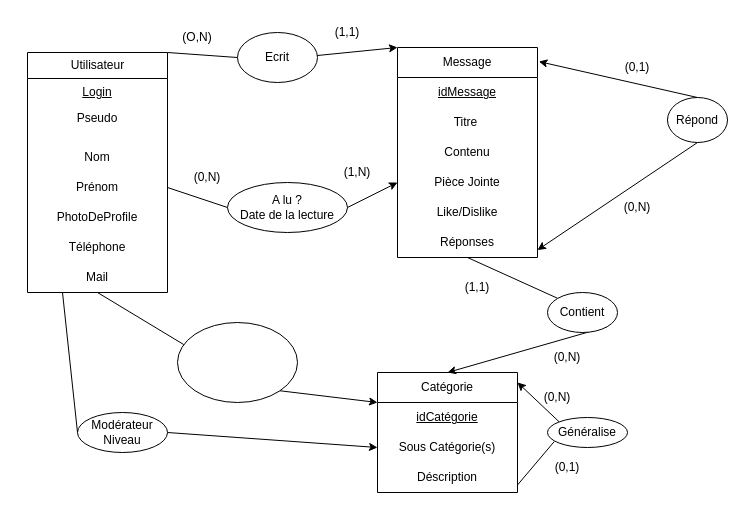
shadowforce78/UVSQ keeps this draw.io diagram as Drawio/Exo2bd.dio. Above is the earlier version. Source tidied: cells renumbered, new cells numbered last; positions are measured from the earlier drawing's top-left corner, leaving out a move shared by most shapes. Both pictures are drawn from the tidied source at 100%, with x=0, y=0 at pixel (27, 17).
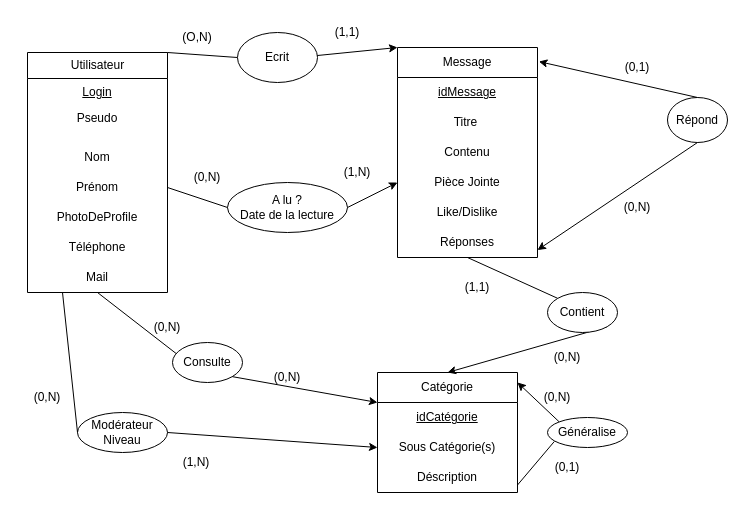
After the change.

Diff of the diagram source:
```diff
@@
-    <mxCell id="29" style="ellipse;whiteSpace=wrap;html=1;fillColor=none;" parent="1" vertex="1">
-      <mxGeometry x="150" y="305" width="120" height="80" as="geometry" />
+    <mxCell id="29" value="Consulte" style="ellipse;whiteSpace=wrap;html=1;fillColor=none;" parent="1" vertex="1">
+      <mxGeometry x="145" y="325" width="70" height="40" as="geometry" />
     </mxCell>
@@
+    <mxCell id="52" value="(0,N)" style="text;html=1;strokeColor=none;fillColor=none;align=center;verticalAlign=middle;whiteSpace=wrap;rounded=0;" parent="1" vertex="1">
+      <mxGeometry x="-10" y="365" width="60" height="30" as="geometry" />
+    </mxCell>
+    <mxCell id="53" value="(1,N)" style="text;html=1;strokeColor=none;fillColor=none;align=center;verticalAlign=middle;whiteSpace=wrap;rounded=0;" parent="1" vertex="1">
+      <mxGeometry x="139" y="430" width="60" height="30" as="geometry" />
+    </mxCell>
+    <mxCell id="54" value="(0,N)" style="text;html=1;strokeColor=none;fillColor=none;align=center;verticalAlign=middle;whiteSpace=wrap;rounded=0;" parent="1" vertex="1">
+      <mxGeometry x="110" y="295" width="60" height="30" as="geometry" />
+    </mxCell>
+    <mxCell id="55" value="(0,N)" style="text;html=1;strokeColor=none;fillColor=none;align=center;verticalAlign=middle;whiteSpace=wrap;rounded=0;" parent="1" vertex="1">
+      <mxGeometry x="230" y="345" width="60" height="30" as="geometry" />
+    </mxCell>
```
